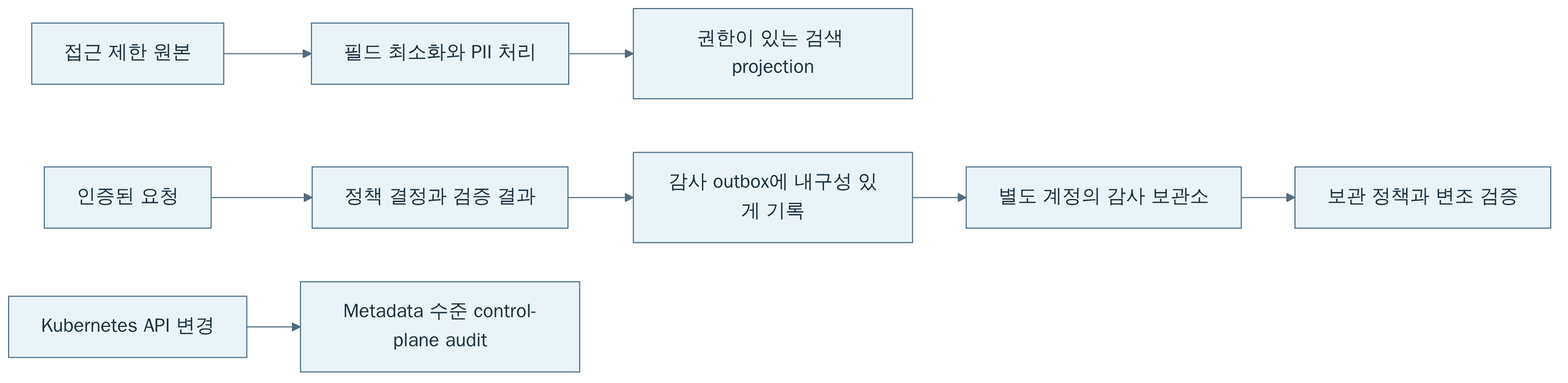
Before: assets/diagrams/frame-3-3.png, a diagram exported from Mermaid (jay-jang/preparing-fde). Its source is kept beside it as assets/diagrams/frame-3-3.mmd. Source of this version:
```mermaid
flowchart LR
  RAW["접근 제한 원본"] --> MIN["필드 최소화와 PII 처리"]
  MIN --> IDX["권한이 있는 검색 projection"]
  REQ["인증된 요청"] --> DEC["정책 결정과 검증 결과"]
  DEC --> OUT["감사 outbox에 내구성 있게 기록"]
  OUT --> W["별도 계정의 감사 보관소"]
  W --> ROOT["보관 정책과 변조 검증"]
  CTRL["Kubernetes API 변경"] --> KA["Metadata 수준 control-plane audit"]
```
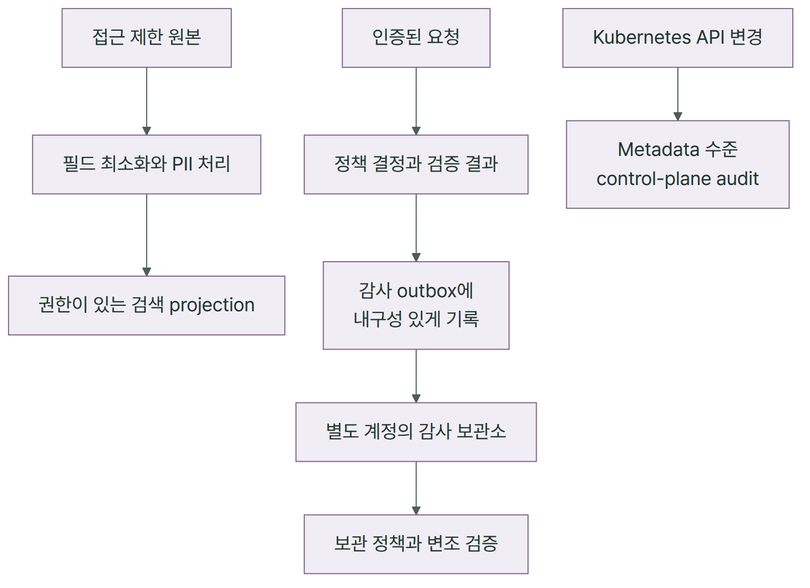
After the commit.

Change to the diagram source:
```diff
@@ -1,8 +1,8 @@
-flowchart LR
+flowchart TB
   RAW["접근 제한 원본"] --> MIN["필드 최소화와 PII 처리"]
   MIN --> IDX["권한이 있는 검색 projection"]
   REQ["인증된 요청"] --> DEC["정책 결정과 검증 결과"]
-  DEC --> OUT["감사 outbox에 내구성 있게 기록"]
+  DEC --> OUT["감사 outbox에<br/>내구성 있게 기록"]
   OUT --> W["별도 계정의 감사 보관소"]
   W --> ROOT["보관 정책과 변조 검증"]
-  CTRL["Kubernetes API 변경"] --> KA["Metadata 수준 control-plane audit"]
+  CTRL["Kubernetes API 변경"] --> KA["Metadata 수준<br/>control-plane audit"]
```
